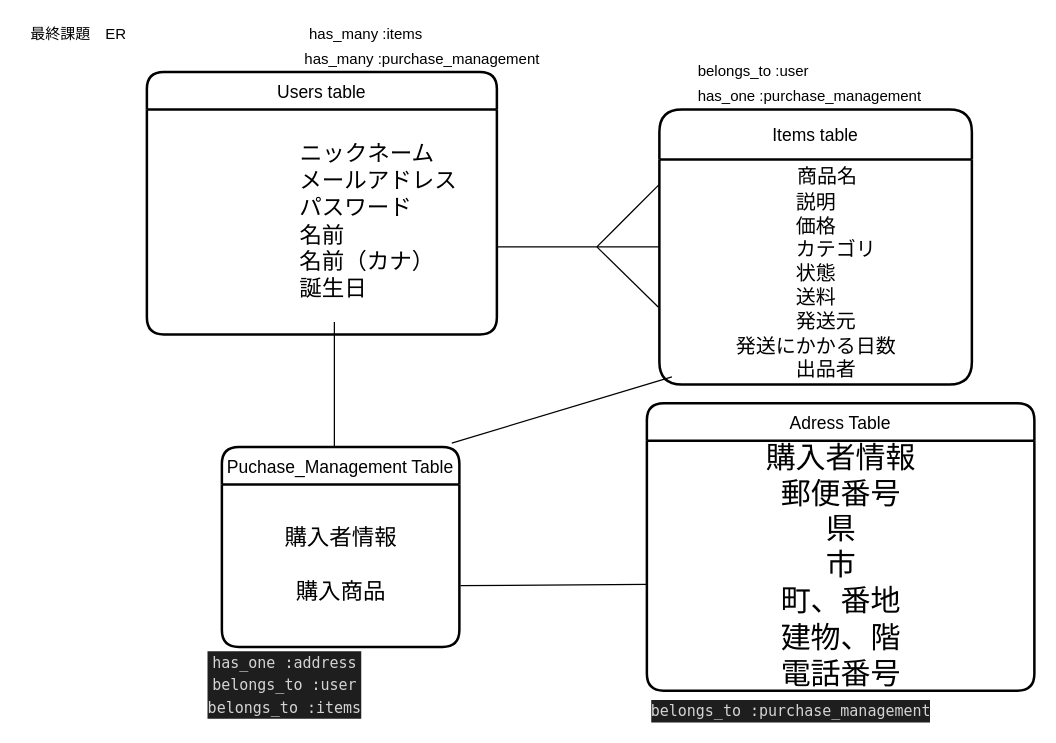
Before: database_er_graph.dio in TomoyaOkuhiro/furima-33856, a draw.io diagram. Source tidied: cells renumbered, new cells numbered last; positions are measured from the earlier drawing's top-left corner, leaving out a move shared by most shapes. Both pictures are drawn from the tidied source at 125%, with x=0, y=0 at pixel (21, 21).
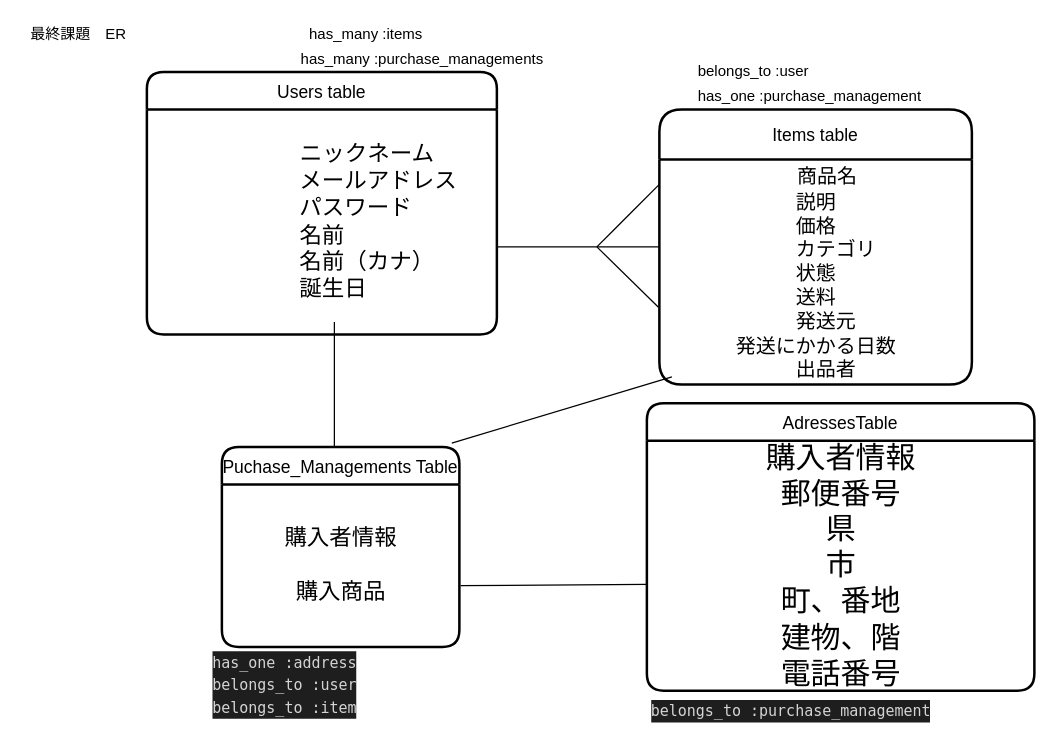
After the change.

What changed in the source:
```diff
@@
-    <mxCell id="10" value="has_many :purchase_management" style="text;html=1;align=center;verticalAlign=middle;" parent="1" vertex="1">
-      <mxGeometry x="220" y="20" width="200" height="20" as="geometry" />
+    <mxCell id="10" value="has_many :purchase_managements" style="text;html=1;align=center;verticalAlign=middle;" parent="1" vertex="1">
+      <mxGeometry x="215" y="20" width="210" height="20" as="geometry" />
     </mxCell>
@@
-    <mxCell id="13" value="Adress Table" style="swimlane;horizontal=1;startSize=30;rounded=1;fontSize=14;fontStyle=0;strokeWidth=2;shadow=0;dashed=0;align=center;" parent="1" vertex="1">
+    <mxCell id="13" value="AdressesTable" style="swimlane;horizontal=1;startSize=30;rounded=1;fontSize=14;fontStyle=0;strokeWidth=2;shadow=0;dashed=0;align=center;" parent="1" vertex="1">
       <mxGeometry x="500" y="305" width="310" height="230" as="geometry" />
     </mxCell>
@@
-    <mxCell id="15" value="Puchase_Management Table" style="swimlane;horizontal=1;startSize=30;rounded=1;fontSize=14;fontStyle=0;strokeWidth=2;shadow=0;dashed=0;align=center;" parent="1" vertex="1">
+    <mxCell id="15" value="Puchase_Managements Table" style="swimlane;horizontal=1;startSize=30;rounded=1;fontSize=14;fontStyle=0;strokeWidth=2;shadow=0;dashed=0;align=center;" parent="1" vertex="1">
       <mxGeometry x="160" y="340" width="190" height="160" as="geometry" />
     </mxCell>
@@
-    <mxCell id="17" value="&lt;div style=&quot;color: rgb(212 , 212 , 212) ; background-color: rgb(30 , 30 , 30) ; font-family: &amp;#34;menlo&amp;#34; , &amp;#34;monaco&amp;#34; , &amp;#34;courier new&amp;#34; , monospace ; line-height: 18px&quot;&gt;&lt;div&gt;has_one :address&lt;/div&gt;&lt;div&gt;belongs_to :user&lt;/div&gt;&lt;div&gt;belongs_to :items&lt;/div&gt;&lt;/div&gt;" style="text;html=1;align=center;verticalAlign=middle;" parent="1" vertex="1">
-      <mxGeometry x="140" y="500" width="140" height="60" as="geometry" />
+    <mxCell id="17" value="&lt;div style=&quot;color: rgb(212 , 212 , 212) ; background-color: rgb(30 , 30 , 30) ; font-family: &amp;#34;menlo&amp;#34; , &amp;#34;monaco&amp;#34; , &amp;#34;courier new&amp;#34; , monospace ; line-height: 18px&quot;&gt;&lt;div&gt;has_one :address&lt;/div&gt;&lt;div&gt;belongs_to :user&lt;/div&gt;&lt;div&gt;belongs_to :item&lt;/div&gt;&lt;/div&gt;" style="text;html=1;align=center;verticalAlign=middle;" parent="1" vertex="1">
+      <mxGeometry x="145" y="500" width="130" height="60" as="geometry" />
     </mxCell>
```
